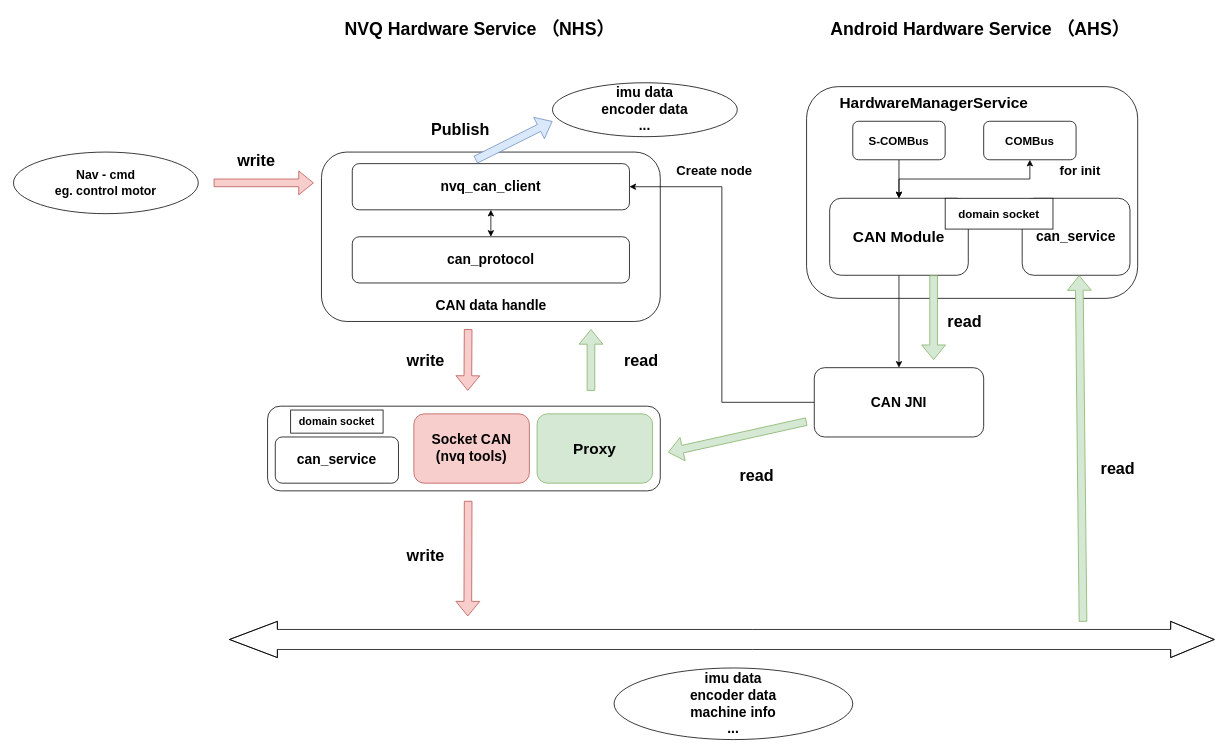
Jev0987/drawioFile keeps this draw.io diagram as page "新主从板CAN结构" (9 of 11) of nvq hardware学习.drawio. Above is the earlier version. Source tidied: cells renumbered, new cells numbered last; positions are measured from the earlier drawing's top-left corner, leaving out a move shared by most shapes. Both pictures are drawn from the tidied source at 77%, with x=0, y=0 at pixel (13, 13).
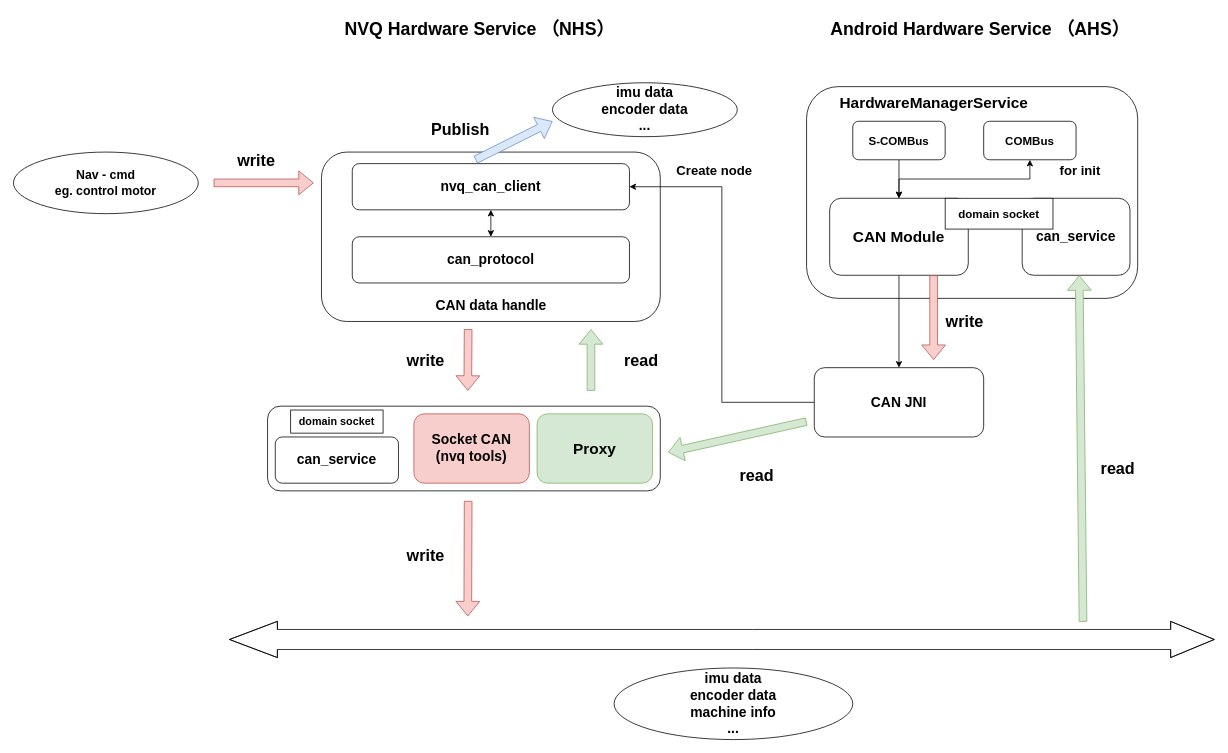
The same diagram, later.

Unchanged cells that the change refers to:
```xml
<mxCell id="31" value="&lt;b style=&quot;font-size: 12px; text-wrap-mode: nowrap;&quot;&gt;&lt;font style=&quot;font-size: 20px;&quot;&gt;CAN Module&lt;/font&gt;&lt;/b&gt;" style="rounded=1;whiteSpace=wrap;html=1;fontSize=18;" parent="1" vertex="1">
  <mxGeometry x="1060" y="240" width="180" height="100" as="geometry" />
</mxCell>
```

What changed in the source:
```diff
@@
-    <mxCell id="44" style="shape=flexArrow;endArrow=classic;html=1;rounded=0;fillColor=#d5e8d4;strokeColor=#82b366;exitX=0.75;exitY=1;exitDx=0;exitDy=0;" parent="1" edge="1" source="31">
+    <mxCell id="44" style="shape=flexArrow;endArrow=classic;html=1;rounded=0;fillColor=#f8cecc;strokeColor=#b85450;exitX=0.75;exitY=1;exitDx=0;exitDy=0;" parent="1" edge="1" source="31">
       <mxGeometry relative="1" as="geometry">
         <mxPoint x="1195" y="450" as="targetPoint" />
       </mxGeometry>
     </mxCell>
-    <mxCell id="45" value="&lt;b&gt;&lt;font style=&quot;font-size: 21px;&quot;&gt;read&lt;/font&gt;&lt;/b&gt;" style="text;html=1;align=center;verticalAlign=middle;strokeColor=none;fillColor=none;" parent="1" vertex="1">
+    <mxCell id="45" value="&lt;b&gt;&lt;font style=&quot;font-size: 21px;&quot;&gt;write&lt;/font&gt;&lt;/b&gt;" style="text;html=1;align=center;verticalAlign=middle;strokeColor=none;fillColor=none;" parent="1" vertex="1">
       <mxGeometry x="1200" y="380" width="70" height="40" as="geometry" />
     </mxCell>
```
